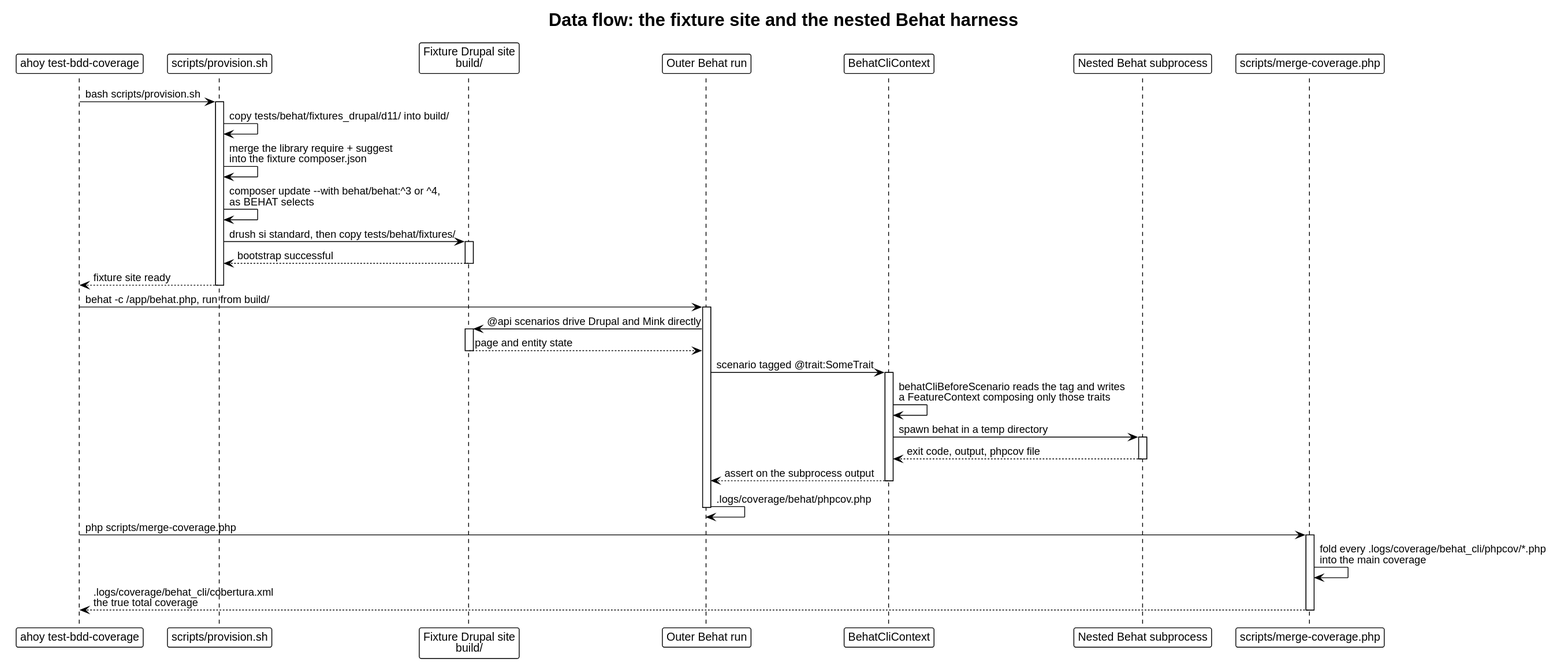
Above: docs/architecture/dataflow-tests.svg in drevops/behat-steps (PlantUML), before the change.
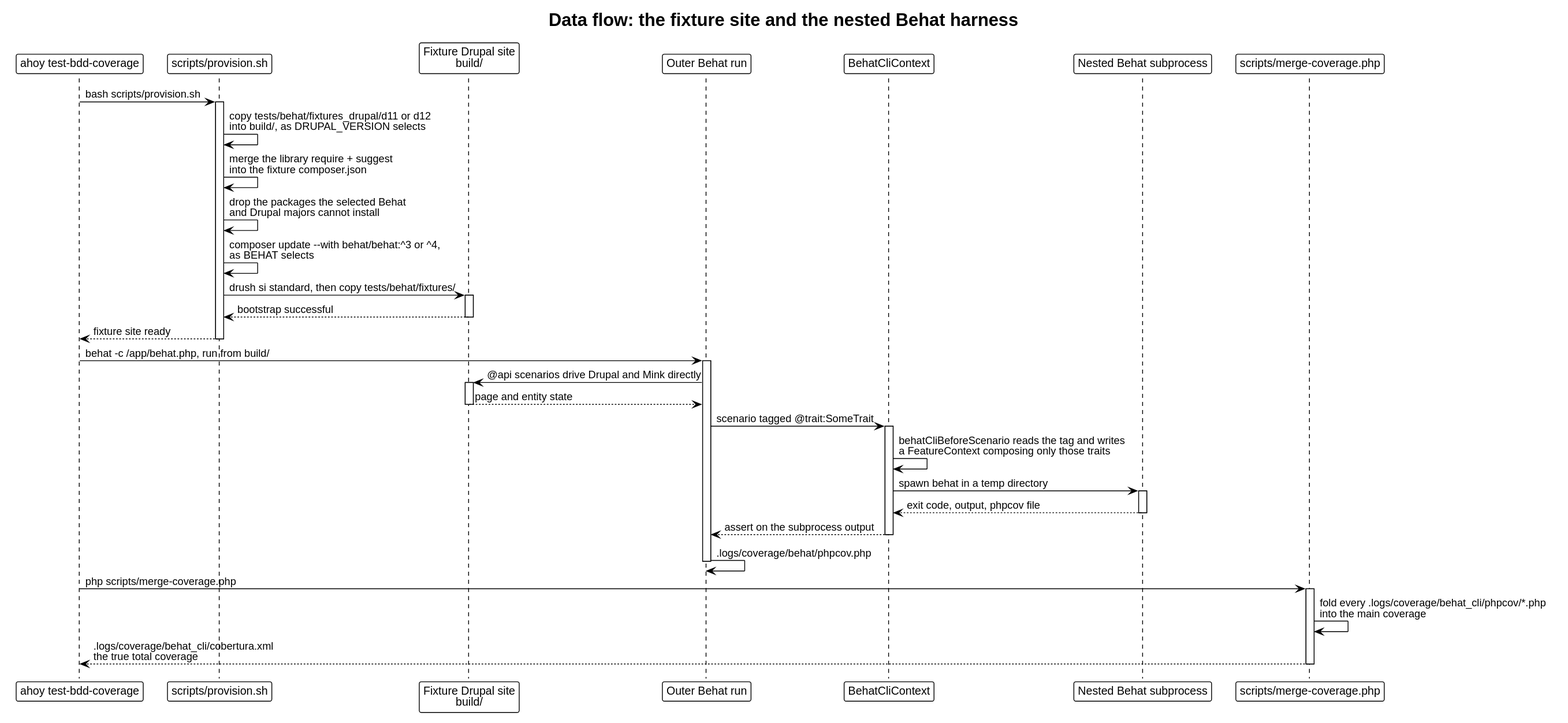
Above is the later version.

Commit message:
[#820] Retraced the fixture provisioning flow and the CI matrix in the architecture docs.

What changed in the source:
```diff
@@ -15,8 +15,9 @@
 
 Dev -> Prov: bash scripts/provision.sh
 activate Prov
-Prov -> Prov: copy tests/behat/fixtures_drupal/d11/ into build/
+Prov -> Prov: copy tests/behat/fixtures_drupal/d11 or d12\ninto build/, as DRUPAL_VERSION selects
 Prov -> Prov: merge the library require + suggest\ninto the fixture composer.json
+Prov -> Prov: drop the packages the selected Behat\nand Drupal majors cannot install
 Prov -> Prov: composer update ~--with behat/behat:^3 or ^4,\nas BEHAT selects
 Prov -> Site: drush si standard, then copy tests/behat/fixtures/
 activate Site
```
